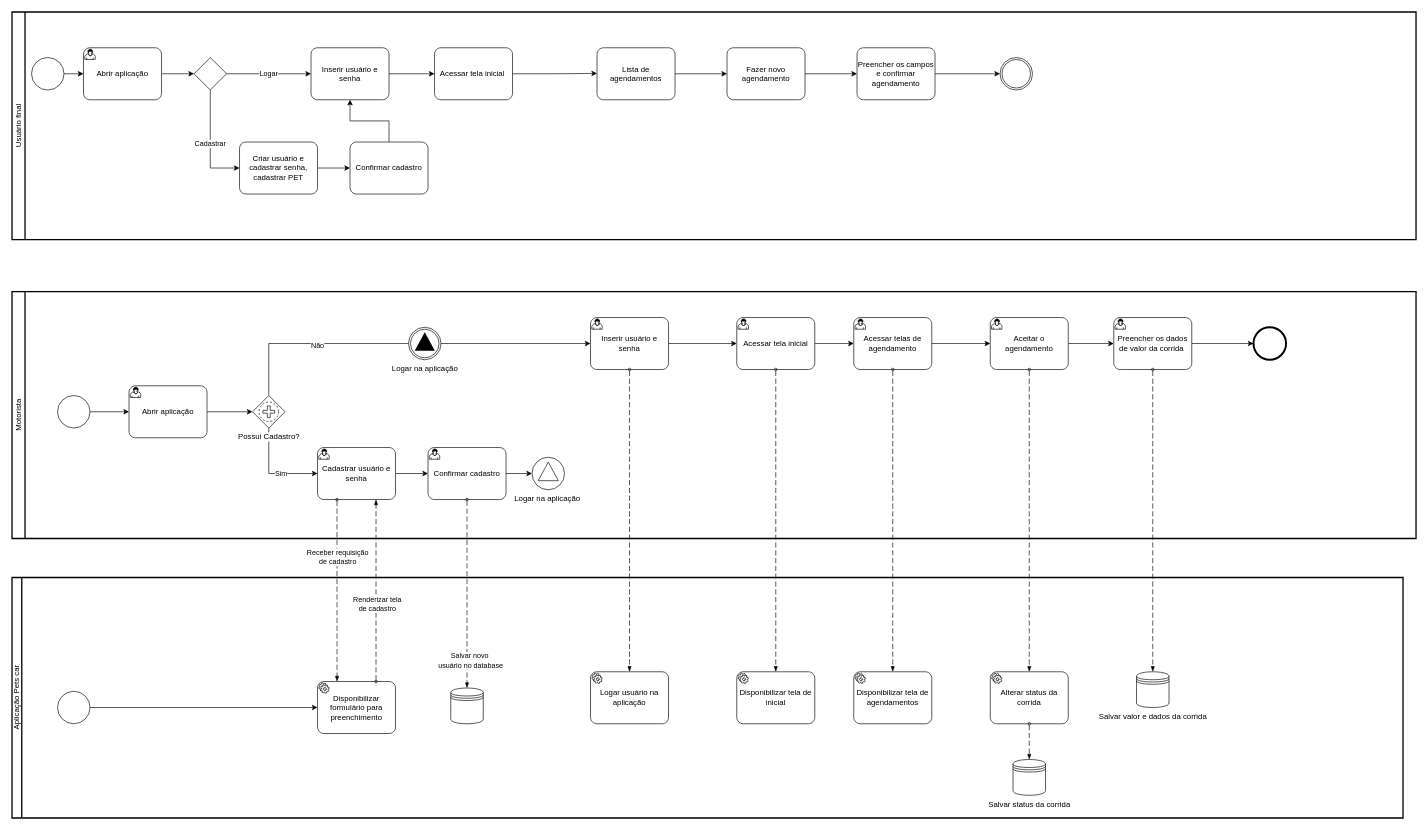
The draw.io diagram page "Processo principal user" (2 of 8) of Untitled Diagram.drawio in ICEI-PUC-Minas-PMV-ADS/Pet-s-Car, before the edit. Source tidied: cells renumbered, new cells numbered last; positions are measured from the earlier drawing's top-left corner, leaving out a move shared by most shapes. Both pictures are drawn from the tidied source at 65%, with x=0, y=0 at pixel (12, 12).
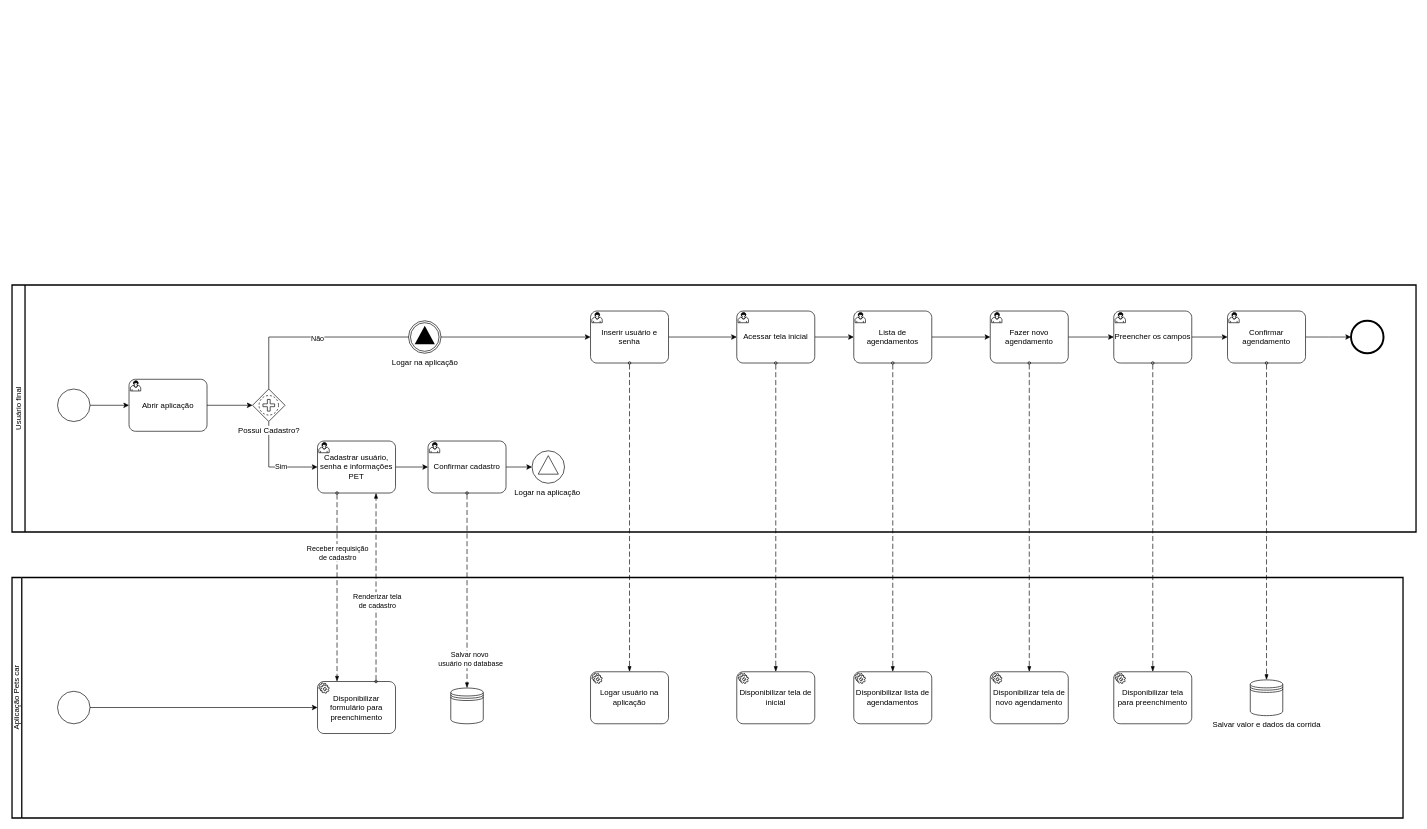
The same page after the edit.

The change refers to these unchanged cells:
```xml
<mxCell id="2" value="Aplicação Pets car" style="swimlane;html=1;startSize=15;fontStyle=0;horizontal=0;swimlaneLine=1;swimlaneFillColor=#ffffff;strokeWidth=2;whiteSpace=wrap;" parent="1" vertex="1">
  <mxGeometry y="870" width="2140" height="370" as="geometry" />
</mxCell>
```

The edit, as a diff of the source:
```diff
@@
-    <mxCell id="9" value="Disponibilizar tela de agendamentos" style="points=[[0.25,0,0],[0.5,0,0],[0.75,0,0],[1,0.25,0],[1,0.5,0],[1,0.75,0],[0.75,1,0],[0.5,1,0],[0.25,1,0],[0,0.75,0],[0,0.5,0],[0,0.25,0]];shape=mxgraph.bpmn.task;whiteSpace=wrap;rectStyle=rounded;size=10;html=1;taskMarker=service;" parent="2" vertex="1">
+    <mxCell id="9" value="Disponibilizar lista de agendamentos" style="points=[[0.25,0,0],[0.5,0,0],[0.75,0,0],[1,0.25,0],[1,0.5,0],[1,0.75,0],[0.75,1,0],[0.5,1,0],[0.25,1,0],[0,0.75,0],[0,0.5,0],[0,0.25,0]];shape=mxgraph.bpmn.task;whiteSpace=wrap;rectStyle=rounded;size=10;html=1;taskMarker=service;" parent="2" vertex="1">
       <mxGeometry x="1295" y="145" width="120" height="80" as="geometry" />
     </mxCell>
-    <mxCell id="10" value="Alterar status da corrida" style="points=[[0.25,0,0],[0.5,0,0],[0.75,0,0],[1,0.25,0],[1,0.5,0],[1,0.75,0],[0.75,1,0],[0.5,1,0],[0.25,1,0],[0,0.75,0],[0,0.5,0],[0,0.25,0]];shape=mxgraph.bpmn.task;whiteSpace=wrap;rectStyle=rounded;size=10;html=1;taskMarker=service;" parent="2" vertex="1">
+    <mxCell id="10" value="Disponibilizar tela de novo agendamento" style="points=[[0.25,0,0],[0.5,0,0],[0.75,0,0],[1,0.25,0],[1,0.5,0],[1,0.75,0],[0.75,1,0],[0.5,1,0],[0.25,1,0],[0,0.75,0],[0,0.5,0],[0,0.25,0]];shape=mxgraph.bpmn.task;whiteSpace=wrap;rectStyle=rounded;size=10;html=1;taskMarker=service;" parent="2" vertex="1">
       <mxGeometry x="1505" y="145" width="120" height="80" as="geometry" />
     </mxCell>
-    <mxCell id="11" value="Salvar status da corrida" style="shape=datastore;html=1;labelPosition=center;verticalLabelPosition=bottom;align=center;verticalAlign=top;" parent="2" vertex="1">
-      <mxGeometry x="1540" y="280" width="50" height="55" as="geometry" />
-    </mxCell>
-    <mxCell id="12" style="dashed=1;dashPattern=8 4;endArrow=blockThin;endFill=1;startArrow=oval;startFill=0;endSize=6;startSize=4;html=1;rounded=0;exitX=0.5;exitY=1;exitDx=0;exitDy=0;exitPerimeter=0;entryX=0.5;entryY=0;entryDx=0;entryDy=0;" parent="2" edge="1" source="10" target="11">
-      <mxGeometry relative="1" as="geometry" />
-    </mxCell>
     <mxCell id="13" value="Salvar valor e dados da corrida" style="shape=datastore;html=1;labelPosition=center;verticalLabelPosition=bottom;align=center;verticalAlign=top;" parent="2" vertex="1">
-      <mxGeometry x="1730" y="145" width="50" height="55" as="geometry" />
+      <mxGeometry x="1905" y="157.5" width="50" height="55" as="geometry" />
     </mxCell>
-    <mxCell id="14" value="Usuário final&lt;br&gt;" style="swimlane;html=1;startSize=20;fontStyle=0;horizontal=0;swimlaneLine=1;swimlaneFillColor=#ffffff;strokeWidth=2;whiteSpace=wrap;" parent="1" vertex="1">
-      <mxGeometry width="2160" height="350" as="geometry" />
-    </mxCell>
-    <mxCell id="15" style="edgeStyle=orthogonalEdgeStyle;rounded=0;jettySize=auto;html=1;exitX=1;exitY=0.5;exitDx=0;exitDy=0;exitPerimeter=0;entryX=0;entryY=0.5;entryDx=0;entryDy=0;entryPerimeter=0;" parent="14" edge="1" source="16" target="23">
-      <mxGeometry relative="1" as="geometry" />
-    </mxCell>
-    <mxCell id="16" value="Abrir aplicação" style="points=[[0.25,0,0],[0.5,0,0],[0.75,0,0],[1,0.25,0],[1,0.5,0],[1,0.75,0],[0.75,1,0],[0.5,1,0],[0.25,1,0],[0,0.75,0],[0,0.5,0],[0,0.25,0]];shape=mxgraph.bpmn.task;whiteSpace=wrap;rectStyle=rounded;size=10;html=1;taskMarker=user;" parent="14" vertex="1">
-      <mxGeometry x="110" y="55" width="120" height="80" as="geometry" />
-    </mxCell>
-    <mxCell id="17" style="edgeStyle=orthogonalEdgeStyle;rounded=0;jettySize=auto;html=1;exitX=1;exitY=0.5;exitDx=0;exitDy=0;exitPerimeter=0;entryX=0;entryY=0.5;entryDx=0;entryDy=0;entryPerimeter=0;" parent="14" edge="1" source="18" target="16">
-      <mxGeometry relative="1" as="geometry" />
-    </mxCell>
-    <mxCell id="18" style="points=[[0.145,0.145,0],[0.5,0,0],[0.855,0.145,0],[1,0.5,0],[0.855,0.855,0],[0.5,1,0],[0.145,0.855,0],[0,0.5,0]];shape=mxgraph.bpmn.event;html=1;verticalLabelPosition=bottom;labelBackgroundColor=#ffffff;verticalAlign=top;align=center;perimeter=ellipsePerimeter;outlineConnect=0;outline=standard;symbol=general;" parent="14" vertex="1">
-      <mxGeometry x="30" y="70" width="50" height="50" as="geometry" />
-    </mxCell>
-    <mxCell id="19" style="edgeStyle=orthogonalEdgeStyle;rounded=0;jettySize=auto;html=1;exitX=1;exitY=0.5;exitDx=0;exitDy=0;exitPerimeter=0;entryX=0;entryY=0.5;entryDx=0;entryDy=0;entryPerimeter=0;" parent="14" edge="1" source="20" target="29">
-      <mxGeometry relative="1" as="geometry" />
-    </mxCell>
-    <mxCell id="20" value="Inserir usuário e senha" style="points=[[0.25,0,0],[0.5,0,0],[0.75,0,0],[1,0.25,0],[1,0.5,0],[1,0.75,0],[0.75,1,0],[0.5,1,0],[0.25,1,0],[0,0.75,0],[0,0.5,0],[0,0.25,0]];shape=mxgraph.bpmn.task;whiteSpace=wrap;rectStyle=rounded;size=10;html=1;taskMarker=abstract;" parent="14" vertex="1">
-      <mxGeometry x="460" y="55" width="120" height="80" as="geometry" />
-    </mxCell>
-    <mxCell id="21" value="Logar" style="edgeStyle=orthogonalEdgeStyle;rounded=0;jettySize=auto;html=1;exitX=1;exitY=0.5;exitDx=0;exitDy=0;exitPerimeter=0;entryX=0;entryY=0.5;entryDx=0;entryDy=0;entryPerimeter=0;" parent="14" edge="1" source="23" target="20">
-      <mxGeometry relative="1" as="geometry" />
-    </mxCell>
-    <mxCell id="22" value="Cadastrar" style="edgeStyle=orthogonalEdgeStyle;rounded=0;jettySize=auto;html=1;exitX=0.5;exitY=1;exitDx=0;exitDy=0;exitPerimeter=0;entryX=0;entryY=0.5;entryDx=0;entryDy=0;entryPerimeter=0;" parent="14" edge="1" source="23" target="25">
-      <mxGeometry relative="1" as="geometry" />
-    </mxCell>
-    <mxCell id="23" style="points=[[0.25,0.25,0],[0.5,0,0],[0.75,0.25,0],[1,0.5,0],[0.75,0.75,0],[0.5,1,0],[0.25,0.75,0],[0,0.5,0]];shape=mxgraph.bpmn.gateway2;html=1;verticalLabelPosition=bottom;labelBackgroundColor=#ffffff;verticalAlign=top;align=center;perimeter=rhombusPerimeter;outlineConnect=0;outline=none;symbol=none;" parent="14" vertex="1">
-      <mxGeometry x="280" y="70" width="50" height="50" as="geometry" />
-    </mxCell>
-    <mxCell id="24" style="edgeStyle=orthogonalEdgeStyle;rounded=0;jettySize=auto;html=1;exitX=1;exitY=0.5;exitDx=0;exitDy=0;exitPerimeter=0;entryX=0;entryY=0.5;entryDx=0;entryDy=0;entryPerimeter=0;" parent="14" edge="1" source="25" target="27">
-      <mxGeometry relative="1" as="geometry" />
-    </mxCell>
-    <mxCell id="25" value="Criar usuário e cadastrar senha, cadastrar PET" style="points=[[0.25,0,0],[0.5,0,0],[0.75,0,0],[1,0.25,0],[1,0.5,0],[1,0.75,0],[0.75,1,0],[0.5,1,0],[0.25,1,0],[0,0.75,0],[0,0.5,0],[0,0.25,0]];shape=mxgraph.bpmn.task;whiteSpace=wrap;rectStyle=rounded;size=10;html=1;taskMarker=abstract;" parent="14" vertex="1">
-      <mxGeometry x="350" y="200" width="120" height="80" as="geometry" />
-    </mxCell>
-    <mxCell id="26" style="edgeStyle=orthogonalEdgeStyle;rounded=0;jettySize=auto;html=1;exitX=0.5;exitY=0;exitDx=0;exitDy=0;exitPerimeter=0;" parent="14" edge="1" source="27" target="20">
-      <mxGeometry relative="1" as="geometry" />
-    </mxCell>
-    <mxCell id="27" value="Confirmar cadastro" style="points=[[0.25,0,0],[0.5,0,0],[0.75,0,0],[1,0.25,0],[1,0.5,0],[1,0.75,0],[0.75,1,0],[0.5,1,0],[0.25,1,0],[0,0.75,0],[0,0.5,0],[0,0.25,0]];shape=mxgraph.bpmn.task;whiteSpace=wrap;rectStyle=rounded;size=10;html=1;taskMarker=abstract;" parent="14" vertex="1">
-      <mxGeometry x="520" y="200" width="120" height="80" as="geometry" />
-    </mxCell>
-    <mxCell id="28" style="edgeStyle=orthogonalEdgeStyle;rounded=0;jettySize=auto;html=1;exitX=1;exitY=0.5;exitDx=0;exitDy=0;exitPerimeter=0;" parent="14" edge="1" source="29">
-      <mxGeometry relative="1" as="geometry">
-        <mxPoint x="900" y="94.4" as="targetPoint" />
-      </mxGeometry>
-    </mxCell>
-    <mxCell id="29" value="Acessar tela inicial&amp;nbsp;" style="points=[[0.25,0,0],[0.5,0,0],[0.75,0,0],[1,0.25,0],[1,0.5,0],[1,0.75,0],[0.75,1,0],[0.5,1,0],[0.25,1,0],[0,0.75,0],[0,0.5,0],[0,0.25,0]];shape=mxgraph.bpmn.task;whiteSpace=wrap;rectStyle=rounded;size=10;html=1;taskMarker=abstract;" parent="14" vertex="1">
-      <mxGeometry x="650" y="55" width="120" height="80" as="geometry" />
-    </mxCell>
-    <mxCell id="30" style="edgeStyle=orthogonalEdgeStyle;rounded=0;jettySize=auto;html=1;exitX=1;exitY=0.5;exitDx=0;exitDy=0;exitPerimeter=0;entryX=0;entryY=0.5;entryDx=0;entryDy=0;entryPerimeter=0;" parent="14" edge="1" source="31" target="33">
-      <mxGeometry relative="1" as="geometry" />
-    </mxCell>
-    <mxCell id="31" value="Lista de agendamentos" style="points=[[0.25,0,0],[0.5,0,0],[0.75,0,0],[1,0.25,0],[1,0.5,0],[1,0.75,0],[0.75,1,0],[0.5,1,0],[0.25,1,0],[0,0.75,0],[0,0.5,0],[0,0.25,0]];shape=mxgraph.bpmn.task;whiteSpace=wrap;rectStyle=rounded;size=10;html=1;taskMarker=abstract;" parent="14" vertex="1">
-      <mxGeometry x="900" y="55" width="120" height="80" as="geometry" />
-    </mxCell>
-    <mxCell id="32" style="edgeStyle=orthogonalEdgeStyle;rounded=0;jettySize=auto;html=1;exitX=1;exitY=0.5;exitDx=0;exitDy=0;exitPerimeter=0;entryX=0;entryY=0.5;entryDx=0;entryDy=0;entryPerimeter=0;" parent="14" edge="1" source="33" target="35">
-      <mxGeometry relative="1" as="geometry" />
-    </mxCell>
-    <mxCell id="33" value="Fazer novo agendamento" style="points=[[0.25,0,0],[0.5,0,0],[0.75,0,0],[1,0.25,0],[1,0.5,0],[1,0.75,0],[0.75,1,0],[0.5,1,0],[0.25,1,0],[0,0.75,0],[0,0.5,0],[0,0.25,0]];shape=mxgraph.bpmn.task;whiteSpace=wrap;rectStyle=rounded;size=10;html=1;taskMarker=abstract;" parent="14" vertex="1">
-      <mxGeometry x="1100" y="55" width="120" height="80" as="geometry" />
-    </mxCell>
-    <mxCell id="34" style="edgeStyle=orthogonalEdgeStyle;rounded=0;jettySize=auto;html=1;exitX=1;exitY=0.5;exitDx=0;exitDy=0;exitPerimeter=0;entryX=0;entryY=0.5;entryDx=0;entryDy=0;entryPerimeter=0;" parent="14" edge="1" source="35" target="36">
-      <mxGeometry relative="1" as="geometry" />
-    </mxCell>
-    <mxCell id="35" value="Preencher os campos e confirmar agendamento" style="points=[[0.25,0,0],[0.5,0,0],[0.75,0,0],[1,0.25,0],[1,0.5,0],[1,0.75,0],[0.75,1,0],[0.5,1,0],[0.25,1,0],[0,0.75,0],[0,0.5,0],[0,0.25,0]];shape=mxgraph.bpmn.task;whiteSpace=wrap;rectStyle=rounded;size=10;html=1;taskMarker=abstract;" parent="14" vertex="1">
-      <mxGeometry x="1300" y="55" width="120" height="80" as="geometry" />
-    </mxCell>
-    <mxCell id="36" style="points=[[0.145,0.145,0],[0.5,0,0],[0.855,0.145,0],[1,0.5,0],[0.855,0.855,0],[0.5,1,0],[0.145,0.855,0],[0,0.5,0]];shape=mxgraph.bpmn.event;html=1;verticalLabelPosition=bottom;labelBackgroundColor=#ffffff;verticalAlign=top;align=center;perimeter=ellipsePerimeter;outlineConnect=0;outline=throwing;symbol=general;" parent="14" vertex="1">
-      <mxGeometry x="1520" y="70" width="50" height="50" as="geometry" />
-    </mxCell>
+    <mxCell id="75" value="Disponibilizar tela para preenchimento" style="points=[[0.25,0,0],[0.5,0,0],[0.75,0,0],[1,0.25,0],[1,0.5,0],[1,0.75,0],[0.75,1,0],[0.5,1,0],[0.25,1,0],[0,0.75,0],[0,0.5,0],[0,0.25,0]];shape=mxgraph.bpmn.task;whiteSpace=wrap;rectStyle=rounded;size=10;html=1;taskMarker=service;" parent="2" vertex="1">
+      <mxGeometry x="1695" y="145" width="120" height="80" as="geometry" />
+    </mxCell>
-    <mxCell id="37" value="Motorista" style="swimlane;html=1;startSize=20;fontStyle=0;horizontal=0;swimlaneLine=1;swimlaneFillColor=#ffffff;strokeWidth=2;whiteSpace=wrap;" parent="1" vertex="1">
-      <mxGeometry y="430" width="2160" height="380" as="geometry" />
+    <mxCell id="37" value="Usuário final" style="swimlane;html=1;startSize=20;fontStyle=0;horizontal=0;swimlaneLine=1;swimlaneFillColor=#ffffff;strokeWidth=2;whiteSpace=wrap;" parent="1" vertex="1">
+      <mxGeometry y="420" width="2160" height="380" as="geometry" />
     </mxCell>
@@
-    <mxCell id="50" value="Cadastrar usuário e senha" style="points=[[0.25,0,0],[0.5,0,0],[0.75,0,0],[1,0.25,0],[1,0.5,0],[1,0.75,0],[0.75,1,0],[0.5,1,0],[0.25,1,0],[0,0.75,0],[0,0.5,0],[0,0.25,0]];shape=mxgraph.bpmn.task;whiteSpace=wrap;rectStyle=rounded;size=10;html=1;taskMarker=user;" parent="37" vertex="1">
+    <mxCell id="50" value="Cadastrar usuário, senha e informações PET" style="points=[[0.25,0,0],[0.5,0,0],[0.75,0,0],[1,0.25,0],[1,0.5,0],[1,0.75,0],[0.75,1,0],[0.5,1,0],[0.25,1,0],[0,0.75,0],[0,0.5,0],[0,0.25,0]];shape=mxgraph.bpmn.task;whiteSpace=wrap;rectStyle=rounded;size=10;html=1;taskMarker=user;" parent="37" vertex="1">
       <mxGeometry x="470" y="240" width="120" height="80" as="geometry" />
     </mxCell>
@@
-    <mxCell id="56" value="Acessar telas de agendamento" style="points=[[0.25,0,0],[0.5,0,0],[0.75,0,0],[1,0.25,0],[1,0.5,0],[1,0.75,0],[0.75,1,0],[0.5,1,0],[0.25,1,0],[0,0.75,0],[0,0.5,0],[0,0.25,0]];shape=mxgraph.bpmn.task;whiteSpace=wrap;rectStyle=rounded;size=10;html=1;taskMarker=user;" parent="37" vertex="1">
+    <mxCell id="56" value="Lista de agendamentos" style="points=[[0.25,0,0],[0.5,0,0],[0.75,0,0],[1,0.25,0],[1,0.5,0],[1,0.75,0],[0.75,1,0],[0.5,1,0],[0.25,1,0],[0,0.75,0],[0,0.5,0],[0,0.25,0]];shape=mxgraph.bpmn.task;whiteSpace=wrap;rectStyle=rounded;size=10;html=1;taskMarker=user;" parent="37" vertex="1">
       <mxGeometry x="1295" y="40" width="120" height="80" as="geometry" />
     </mxCell>
@@
-    <mxCell id="58" value="Aceitar o agendamento" style="points=[[0.25,0,0],[0.5,0,0],[0.75,0,0],[1,0.25,0],[1,0.5,0],[1,0.75,0],[0.75,1,0],[0.5,1,0],[0.25,1,0],[0,0.75,0],[0,0.5,0],[0,0.25,0]];shape=mxgraph.bpmn.task;whiteSpace=wrap;rectStyle=rounded;size=10;html=1;taskMarker=user;" parent="37" vertex="1">
+    <mxCell id="58" value="Fazer novo agendamento" style="points=[[0.25,0,0],[0.5,0,0],[0.75,0,0],[1,0.25,0],[1,0.5,0],[1,0.75,0],[0.75,1,0],[0.5,1,0],[0.25,1,0],[0,0.75,0],[0,0.5,0],[0,0.25,0]];shape=mxgraph.bpmn.task;whiteSpace=wrap;rectStyle=rounded;size=10;html=1;taskMarker=user;" parent="37" vertex="1">
       <mxGeometry x="1505" y="40" width="120" height="80" as="geometry" />
     </mxCell>
-    <mxCell id="59" style="edgeStyle=orthogonalEdgeStyle;rounded=0;jettySize=auto;html=1;exitX=1;exitY=0.5;exitDx=0;exitDy=0;exitPerimeter=0;entryX=0;entryY=0.5;entryDx=0;entryDy=0;entryPerimeter=0;" parent="37" edge="1" source="60" target="63">
-      <mxGeometry relative="1" as="geometry" />
-    </mxCell>
+    <mxCell id="76" style="edgeStyle=orthogonalEdgeStyle;rounded=0;jettySize=auto;html=1;exitX=1;exitY=0.5;exitDx=0;exitDy=0;exitPerimeter=0;entryX=0;entryY=0.5;entryDx=0;entryDy=0;entryPerimeter=0;" parent="37" edge="1" source="60" target="78">
+      <mxGeometry relative="1" as="geometry" />
+    </mxCell>
-    <mxCell id="60" value="Preencher os dados de valor da corrida&amp;nbsp;" style="points=[[0.25,0,0],[0.5,0,0],[0.75,0,0],[1,0.25,0],[1,0.5,0],[1,0.75,0],[0.75,1,0],[0.5,1,0],[0.25,1,0],[0,0.75,0],[0,0.5,0],[0,0.25,0]];shape=mxgraph.bpmn.task;whiteSpace=wrap;rectStyle=rounded;size=10;html=1;taskMarker=user;" parent="37" vertex="1">
+    <mxCell id="60" value="Preencher os campos" style="points=[[0.25,0,0],[0.5,0,0],[0.75,0,0],[1,0.25,0],[1,0.5,0],[1,0.75,0],[0.75,1,0],[0.5,1,0],[0.25,1,0],[0,0.75,0],[0,0.5,0],[0,0.25,0]];shape=mxgraph.bpmn.task;whiteSpace=wrap;rectStyle=rounded;size=10;html=1;taskMarker=user;" parent="37" vertex="1">
       <mxGeometry x="1695" y="40" width="120" height="80" as="geometry" />
     </mxCell>
@@
     <mxCell id="63" style="points=[[0.145,0.145,0],[0.5,0,0],[0.855,0.145,0],[1,0.5,0],[0.855,0.855,0],[0.5,1,0],[0.145,0.855,0],[0,0.5,0]];shape=mxgraph.bpmn.event;html=1;verticalLabelPosition=bottom;labelBackgroundColor=#ffffff;verticalAlign=top;align=center;perimeter=ellipsePerimeter;outlineConnect=0;outline=end;symbol=terminate2;" parent="37" vertex="1">
-      <mxGeometry x="1910" y="55" width="50" height="50" as="geometry" />
+      <mxGeometry x="2060" y="55" width="50" height="50" as="geometry" />
     </mxCell>
+    <mxCell id="77" style="edgeStyle=orthogonalEdgeStyle;rounded=0;jettySize=auto;html=1;exitX=1;exitY=0.5;exitDx=0;exitDy=0;exitPerimeter=0;" parent="37" edge="1" source="78">
+      <mxGeometry relative="1" as="geometry">
+        <mxPoint x="2060" y="80" as="targetPoint" />
+      </mxGeometry>
+    </mxCell>
+    <mxCell id="78" value="Confirmar agendamento" style="points=[[0.25,0,0],[0.5,0,0],[0.75,0,0],[1,0.25,0],[1,0.5,0],[1,0.75,0],[0.75,1,0],[0.5,1,0],[0.25,1,0],[0,0.75,0],[0,0.5,0],[0,0.25,0]];shape=mxgraph.bpmn.task;whiteSpace=wrap;rectStyle=rounded;size=10;html=1;taskMarker=user;" parent="37" vertex="1">
+      <mxGeometry x="1870" y="40" width="120" height="80" as="geometry" />
+    </mxCell>
@@
-    <mxCell id="74" style="dashed=1;dashPattern=8 4;endArrow=blockThin;endFill=1;startArrow=oval;startFill=0;endSize=6;startSize=4;html=1;rounded=0;exitX=0.5;exitY=1;exitDx=0;exitDy=0;exitPerimeter=0;entryX=0.5;entryY=0;entryDx=0;entryDy=0;" parent="1" edge="1" source="60" target="13">
+    <mxCell id="74" style="dashed=1;dashPattern=8 4;endArrow=blockThin;endFill=1;startArrow=oval;startFill=0;endSize=6;startSize=4;html=1;rounded=0;exitX=0.5;exitY=1;exitDx=0;exitDy=0;exitPerimeter=0;entryX=0.5;entryY=0;entryDx=0;entryDy=0;" parent="1" edge="1" source="78" target="13">
       <mxGeometry relative="1" as="geometry" />
     </mxCell>
+    <mxCell id="79" style="dashed=1;dashPattern=8 4;endArrow=blockThin;endFill=1;startArrow=oval;startFill=0;endSize=6;startSize=4;html=1;rounded=0;exitX=0.5;exitY=1;exitDx=0;exitDy=0;exitPerimeter=0;entryX=0.5;entryY=0;entryDx=0;entryDy=0;entryPerimeter=0;" parent="1" edge="1" source="60" target="75">
+      <mxGeometry relative="1" as="geometry" />
+    </mxCell>
```
